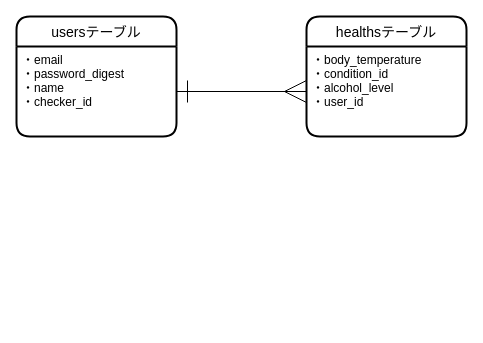
This is database.dio from airi32490/health-check, a draw.io file, before an edit. Source tidied: cells renumbered, new cells numbered last; positions are measured from the earlier drawing's top-left corner, leaving out a move shared by most shapes. Both pictures are drawn from the tidied source at 100%, with x=0, y=0 at pixel (16, 16).
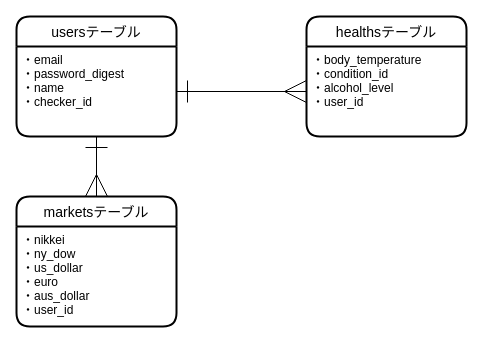
The same diagram, later.

The edit, as a diff of the source:
```diff
@@
 <mxGraphModel>
   <root>
     <mxCell id="0" />
     <mxCell id="1" parent="0" />
     <mxCell id="2" value="usersテーブル" style="swimlane;horizontal=1;startSize=30;rounded=1;fontSize=14;fontStyle=0;strokeWidth=2;shadow=0;dashed=0;align=center;" parent="1" vertex="1">
       <mxGeometry width="160" height="120" as="geometry" />
     </mxCell>
     <mxCell id="3" value="・email&#10;・password_digest&#10;・name&#10;・checker_id" style="align=left;strokeColor=none;fillColor=none;spacingLeft=4;fontSize=12;verticalAlign=top;" parent="2" vertex="1">
       <mxGeometry y="30" width="160" height="90" as="geometry" />
     </mxCell>
     <mxCell id="4" value="healthsテーブル" style="swimlane;horizontal=1;startSize=30;rounded=1;fontSize=14;fontStyle=0;strokeWidth=2;shadow=0;dashed=0;align=center;" parent="1" vertex="1">
       <mxGeometry x="290" width="160" height="120" as="geometry" />
     </mxCell>
     <mxCell id="5" value="・body_temperature&#10;・condition_id&#10;・alcohol_level&#10;・user_id" style="align=left;strokeColor=none;fillColor=none;spacingLeft=4;fontSize=12;verticalAlign=top;" parent="4" vertex="1">
       <mxGeometry y="30" width="160" height="90" as="geometry" />
     </mxCell>
     <mxCell id="6" style="edgeStyle=orthogonalEdgeStyle;rounded=0;jettySize=auto;html=1;exitX=1;exitY=0.5;exitDx=0;exitDy=0;entryX=0;entryY=0.5;entryDx=0;entryDy=0;endArrow=ERmany;endFill=0;endSize=20;startArrow=ERone;startFill=0;startSize=20;" parent="1" edge="1" source="3" target="5">
       <mxGeometry relative="1" as="geometry" />
     </mxCell>
+    <mxCell id="7" value="marketsテーブル" style="swimlane;horizontal=1;startSize=30;rounded=1;fontSize=14;fontStyle=0;strokeWidth=2;shadow=0;dashed=0;align=center;" parent="1" vertex="1">
+      <mxGeometry y="180" width="160" height="130" as="geometry" />
+    </mxCell>
+    <mxCell id="8" value="・nikkei&#10;・ny_dow&#10;・us_dollar&#10;・euro&#10;・aus_dollar&#10;・user_id" style="align=left;strokeColor=none;fillColor=none;spacingLeft=4;fontSize=12;verticalAlign=top;" parent="7" vertex="1">
+      <mxGeometry y="30" width="160" height="100" as="geometry" />
+    </mxCell>
+    <mxCell id="9" style="edgeStyle=orthogonalEdgeStyle;rounded=0;jettySize=auto;html=1;entryX=0.5;entryY=0;entryDx=0;entryDy=0;startArrow=ERone;startFill=0;endArrow=ERmany;endFill=0;endSize=20;startSize=20;" parent="1" edge="1" source="3" target="7">
+      <mxGeometry relative="1" as="geometry" />
+    </mxCell>
   </root>
 </mxGraphModel>
```
